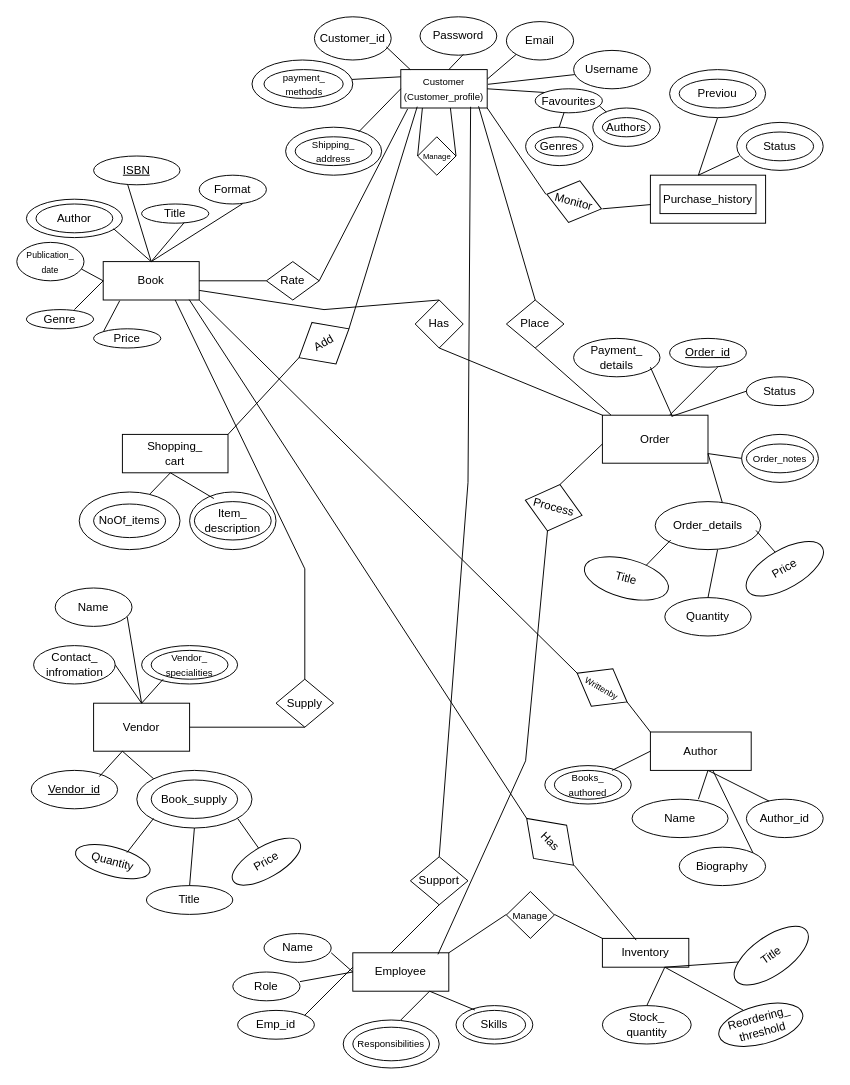
The draw.io diagram Untitled Diagram.drawio in pawaniKumari/disk, before the edit. Source tidied: cells renumbered, new cells numbered last; positions are measured from the earlier drawing's top-left corner, leaving out a move shared by most shapes. Both pictures are drawn from the tidied source at 96%, with x=0, y=0 at pixel (16, 16).
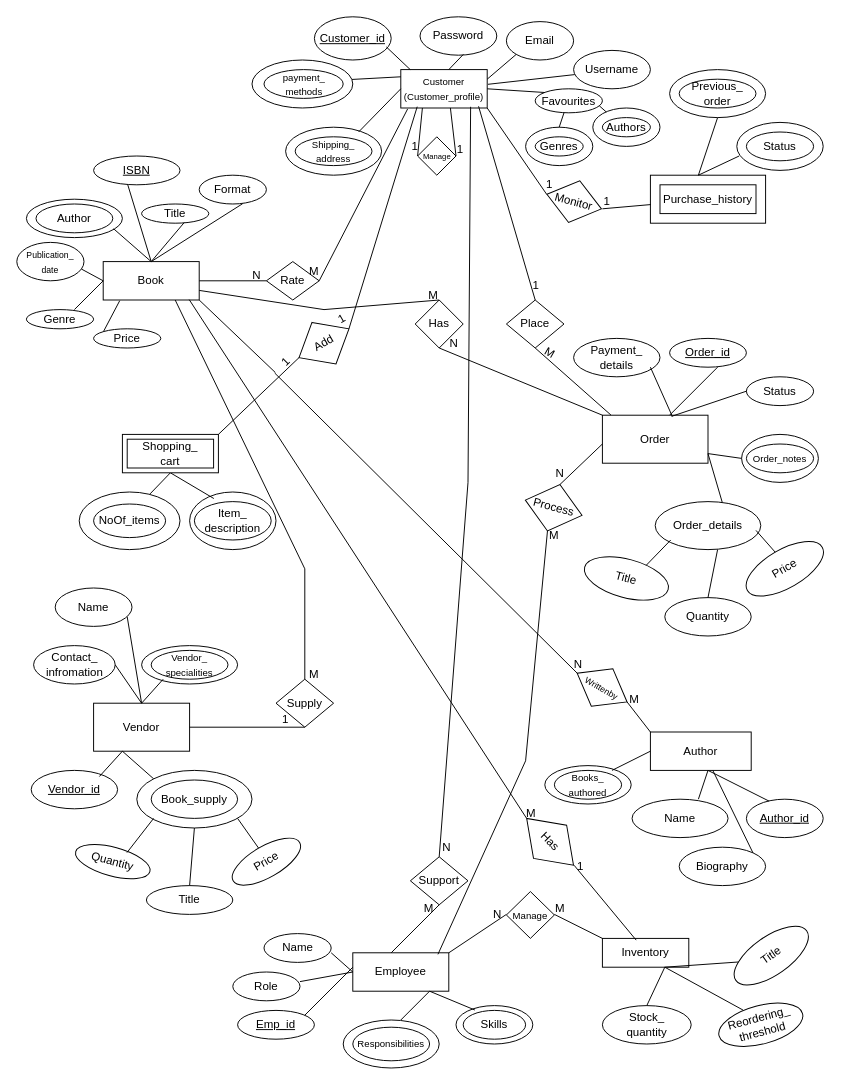
The same diagram, later.

The change refers to these unchanged cells:
```xml
<mxCell id="17" value="&lt;font style=&quot;font-size: 10px;&quot;&gt;Customer&lt;br&gt;(Customer_profile)&lt;/font&gt;" style="rounded=0;whiteSpace=wrap;html=1;" parent="1" vertex="1">
  <mxGeometry x="400" y="55" width="90" height="40" as="geometry" />
</mxCell>
<mxCell id="35" value="Book" style="rounded=0;whiteSpace=wrap;html=1;" parent="1" vertex="1">
  <mxGeometry x="90" y="255" width="100" height="40" as="geometry" />
</mxCell>
<mxCell id="123" value="Add" style="rhombus;whiteSpace=wrap;html=1;rotation=-30;" parent="1" vertex="1">
  <mxGeometry x="290" y="315" width="60" height="50" as="geometry" />
</mxCell>
<mxCell id="141" value="&lt;font style=&quot;font-size: 9px;&quot;&gt;Writtenby&lt;/font&gt;" style="rhombus;whiteSpace=wrap;html=1;rotation=30;" parent="1" vertex="1">
  <mxGeometry x="579.7" y="676.2" width="60" height="45" as="geometry" />
</mxCell>
```

Diff of the diagram source:
```diff
@@
+    <mxCell id="159" value="1" style="text;html=1;strokeColor=none;fillColor=none;align=center;verticalAlign=middle;whiteSpace=wrap;rounded=0;rotation=-30;" parent="1" vertex="1">
+      <mxGeometry x="330" y="310" width="17.5" height="10" as="geometry" />
+    </mxCell>
@@
-    <mxCell id="23" value="Customer_id" style="ellipse;whiteSpace=wrap;html=1;" parent="1" vertex="1">
+    <mxCell id="23" value="&lt;u&gt;Customer_id&lt;/u&gt;" style="ellipse;whiteSpace=wrap;html=1;" parent="1" vertex="1">
       <mxGeometry x="310" width="80" height="45" as="geometry" />
     </mxCell>
@@
-    <mxCell id="54" value="Previou" style="ellipse;whiteSpace=wrap;html=1;" parent="1" vertex="1">
+    <mxCell id="54" value="Previous_&lt;br&gt;order" style="ellipse;whiteSpace=wrap;html=1;" parent="1" vertex="1">
       <mxGeometry x="690" y="65" width="80" height="30" as="geometry" />
     </mxCell>
@@
-    <mxCell id="73" value="Shopping_&lt;br&gt;cart" style="rounded=0;whiteSpace=wrap;html=1;" parent="1" vertex="1">
-      <mxGeometry x="110" y="435" width="110" height="40" as="geometry" />
-    </mxCell>
@@
-    <mxCell id="77" value="Author_id" style="ellipse;whiteSpace=wrap;html=1;" parent="1" vertex="1">
+    <mxCell id="77" value="&lt;u&gt;Author_id&lt;/u&gt;" style="ellipse;whiteSpace=wrap;html=1;" parent="1" vertex="1">
       <mxGeometry x="760" y="815" width="80" height="40" as="geometry" />
     </mxCell>
@@
-    <mxCell id="85" value="Emp_id" style="ellipse;whiteSpace=wrap;html=1;" parent="1" vertex="1">
+    <mxCell id="85" value="&lt;u&gt;Emp_id&lt;/u&gt;" style="ellipse;whiteSpace=wrap;html=1;" parent="1" vertex="1">
       <mxGeometry x="230" y="1035" width="80" height="30" as="geometry" />
     </mxCell>
@@
-    <mxCell id="124" style="endArrow=none;html=1;rounded=0;entryX=0;entryY=0.5;entryDx=0;entryDy=0;" parent="1" edge="1" target="123">
-      <mxGeometry relative="1" as="geometry">
-        <mxPoint x="220" y="435" as="sourcePoint" />
-      </mxGeometry>
+    <mxCell id="124" style="endArrow=none;html=1;rounded=0;entryX=0;entryY=0.5;entryDx=0;entryDy=0;exitX=1;exitY=0;exitDx=0;exitDy=0;" parent="1" edge="1" source="73" target="123">
+      <mxGeometry relative="1" as="geometry" />
     </mxCell>
@@
     <mxCell id="131" style="endArrow=none;html=1;rounded=0;exitX=1;exitY=1;exitDx=0;exitDy=0;" parent="1" edge="1" source="17">
       <mxGeometry relative="1" as="geometry">
-        <mxPoint x="551.2" y="185" as="targetPoint" />
+        <mxPoint x="552" y="185" as="targetPoint" />
       </mxGeometry>
     </mxCell>
@@
-    <mxCell id="143" style="endArrow=none;html=1;rounded=0;exitX=1;exitY=1;exitDx=0;exitDy=0;entryX=0;entryY=0.5;entryDx=0;entryDy=0;" parent="1" edge="1" source="35" target="141">
+    <mxCell id="143" style="endArrow=none;html=1;rounded=0;exitX=-0.028;exitY=0.491;exitDx=0;exitDy=0;entryX=0;entryY=0.5;entryDx=0;entryDy=0;exitPerimeter=0;" parent="1" edge="1" source="161" target="141">
       <mxGeometry relative="1" as="geometry" />
     </mxCell>
@@
+    <mxCell id="73" value="Shopping_&lt;br&gt;cart" style="shape=ext;margin=3;double=1;whiteSpace=wrap;html=1;align=center;" parent="1" vertex="1">
+      <mxGeometry x="110" y="435" width="100" height="40" as="geometry" />
+    </mxCell>
+    <mxCell id="160" style="endArrow=none;html=1;rounded=0;exitX=1;exitY=1;exitDx=0;exitDy=0;entryX=0;entryY=0.5;entryDx=0;entryDy=0;" parent="1" edge="1" source="35" target="161">
+      <mxGeometry relative="1" as="geometry" />
+    </mxCell>
+    <mxCell id="161" value="1" style="text;html=1;align=center;verticalAlign=middle;points=[];strokeColor=none;fillColor=none;rotation=-45;" parent="1" vertex="1">
+      <mxGeometry x="265" y="345" width="30" height="30" as="geometry" />
+    </mxCell>
+    <mxCell id="162" value="1" style="text;html=1;strokeColor=none;fillColor=none;align=center;verticalAlign=middle;whiteSpace=wrap;rounded=0;rotation=0;" parent="1" vertex="1">
+      <mxGeometry x="550" y="170" width="10" height="10" as="geometry" />
+    </mxCell>
+    <mxCell id="163" value="1" style="text;html=1;strokeColor=none;fillColor=none;align=center;verticalAlign=middle;whiteSpace=wrap;rounded=0;" parent="1" vertex="1">
+      <mxGeometry x="610" y="187.5" width="10" height="10" as="geometry" />
+    </mxCell>
+    <mxCell id="164" value="M" style="text;html=1;strokeColor=none;fillColor=none;align=center;verticalAlign=middle;whiteSpace=wrap;rounded=0;" parent="1" vertex="1">
+      <mxGeometry x="300" y="255" width="20" height="20" as="geometry" />
+    </mxCell>
+    <mxCell id="165" value="N" style="text;html=1;strokeColor=none;fillColor=none;align=center;verticalAlign=middle;whiteSpace=wrap;rounded=0;" parent="1" vertex="1">
+      <mxGeometry x="235" y="265" width="30" height="10" as="geometry" />
+    </mxCell>
+    <mxCell id="166" value="1" style="text;html=1;strokeColor=none;fillColor=none;align=center;verticalAlign=middle;whiteSpace=wrap;rounded=0;" parent="1" vertex="1">
+      <mxGeometry x="531.2" y="275" width="20" height="10" as="geometry" />
+    </mxCell>
+    <mxCell id="167" value="M" style="text;html=1;strokeColor=none;fillColor=none;align=center;verticalAlign=middle;whiteSpace=wrap;rounded=0;rotation=30;" parent="1" vertex="1">
+      <mxGeometry x="542.5" y="345" width="25" height="10" as="geometry" />
+    </mxCell>
+    <mxCell id="168" value="1" style="text;html=1;strokeColor=none;fillColor=none;align=center;verticalAlign=middle;whiteSpace=wrap;rounded=0;" parent="1" vertex="1">
+      <mxGeometry x="410" y="130" width="10" height="10" as="geometry" />
+    </mxCell>
+    <mxCell id="169" value="1" style="text;html=1;strokeColor=none;fillColor=none;align=center;verticalAlign=middle;whiteSpace=wrap;rounded=0;" parent="1" vertex="1">
+      <mxGeometry x="452.5" y="135" width="17.5" height="5" as="geometry" />
+    </mxCell>
+    <mxCell id="170" value="N" style="text;html=1;strokeColor=none;fillColor=none;align=center;verticalAlign=middle;whiteSpace=wrap;rounded=0;" parent="1" vertex="1">
+      <mxGeometry x="442.5" y="855" width="10" height="20" as="geometry" />
+    </mxCell>
+    <mxCell id="171" value="M" style="text;html=1;strokeColor=none;fillColor=none;align=center;verticalAlign=middle;whiteSpace=wrap;rounded=0;" parent="1" vertex="1">
+      <mxGeometry x="417.5" y="923.8" width="22.5" height="11.2" as="geometry" />
+    </mxCell>
+    <mxCell id="172" value="M" style="text;html=1;strokeColor=none;fillColor=none;align=center;verticalAlign=middle;whiteSpace=wrap;rounded=0;" parent="1" vertex="1">
+      <mxGeometry x="305" y="680" width="10" height="10" as="geometry" />
+    </mxCell>
+    <mxCell id="173" value="1" style="text;html=1;strokeColor=none;fillColor=none;align=center;verticalAlign=middle;whiteSpace=wrap;rounded=0;" parent="1" vertex="1">
+      <mxGeometry x="275" y="723.8" width="10" height="16.2" as="geometry" />
+    </mxCell>
+    <mxCell id="174" value="N" style="text;html=1;strokeColor=none;fillColor=none;align=center;verticalAlign=middle;whiteSpace=wrap;rounded=0;" parent="1" vertex="1">
+      <mxGeometry x="452.5" y="335" width="5" height="10" as="geometry" />
+    </mxCell>
+    <mxCell id="175" value="M" style="text;html=1;strokeColor=none;fillColor=none;align=center;verticalAlign=middle;whiteSpace=wrap;rounded=0;" parent="1" vertex="1">
+      <mxGeometry x="430" y="285" width="7.5" height="10" as="geometry" />
+    </mxCell>
+    <mxCell id="176" value="M" style="text;html=1;strokeColor=none;fillColor=none;align=center;verticalAlign=middle;whiteSpace=wrap;rounded=0;" parent="1" vertex="1">
+      <mxGeometry x="531.2" y="825" width="10" height="10" as="geometry" />
+    </mxCell>
+    <mxCell id="177" value="1" style="text;html=1;strokeColor=none;fillColor=none;align=center;verticalAlign=middle;whiteSpace=wrap;rounded=0;" parent="1" vertex="1">
+      <mxGeometry x="585.3" y="880" width="4.5" height="10" as="geometry" />
+    </mxCell>
+    <mxCell id="178" value="N" style="text;html=1;strokeColor=none;fillColor=none;align=center;verticalAlign=middle;whiteSpace=wrap;rounded=0;" parent="1" vertex="1">
+      <mxGeometry x="580" y="670" width="10" height="10" as="geometry" />
+    </mxCell>
+    <mxCell id="179" value="M" style="text;html=1;strokeColor=none;fillColor=none;align=center;verticalAlign=middle;whiteSpace=wrap;rounded=0;" parent="1" vertex="1">
+      <mxGeometry x="640.9" y="706.2" width="5" height="8.8" as="geometry" />
+    </mxCell>
+    <mxCell id="180" value="N" style="text;html=1;strokeColor=none;fillColor=none;align=center;verticalAlign=middle;whiteSpace=wrap;rounded=0;" parent="1" vertex="1">
+      <mxGeometry x="500" y="930" height="10" as="geometry" />
+    </mxCell>
+    <mxCell id="181" value="M" style="text;html=1;strokeColor=none;fillColor=none;align=center;verticalAlign=middle;whiteSpace=wrap;rounded=0;" parent="1" vertex="1">
+      <mxGeometry x="565" y="914.4" height="30" as="geometry" />
+    </mxCell>
+    <mxCell id="182" value="N" style="text;html=1;strokeColor=none;fillColor=none;align=center;verticalAlign=middle;whiteSpace=wrap;rounded=0;" parent="1" vertex="1">
+      <mxGeometry x="565" y="475" as="geometry" />
+    </mxCell>
+    <mxCell id="183" value="M" style="text;html=1;strokeColor=none;fillColor=none;align=center;verticalAlign=middle;whiteSpace=wrap;rounded=0;" parent="1" vertex="1">
+      <mxGeometry x="559.2" y="537.5" height="5" as="geometry" />
+    </mxCell>
```
